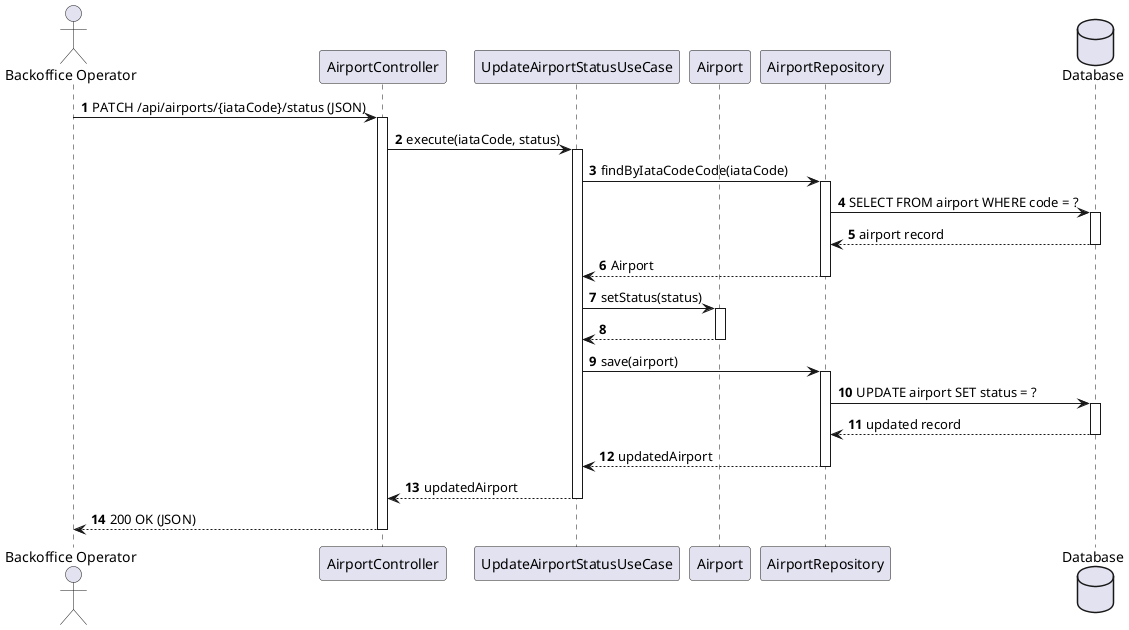
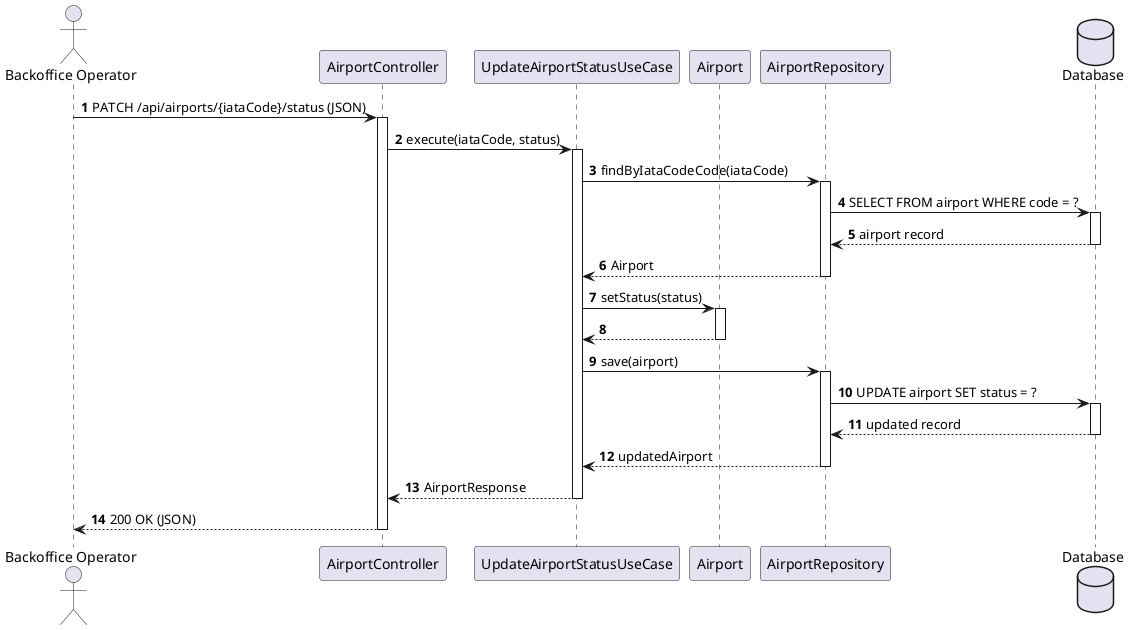
@startuml
autonumber
actor "Backoffice Operator" as BO
participant "AirportController" as Ctrl
participant "UpdateAirportStatusUseCase" as UC
participant "Airport" as Entity
participant "AirportRepository" as Repo
database "Database" as DB

BO -> Ctrl : PATCH /api/airports/{iataCode}/status (JSON)
activate Ctrl

Ctrl -> UC : execute(iataCode, status)
activate UC

UC -> Repo : findByIataCodeCode(iataCode)
activate Repo
Repo -> DB : SELECT FROM airport WHERE code = ?
activate DB
DB --> Repo : airport record
deactivate DB
Repo --> UC : Airport
deactivate Repo

UC -> Entity : setStatus(status)
activate Entity
Entity --> UC
deactivate Entity

UC -> Repo : save(airport)
activate Repo
Repo -> DB : UPDATE airport SET status = ?
activate DB
DB --> Repo : updated record
deactivate DB
Repo --> UC : updatedAirport
deactivate Repo

- UC --> Ctrl : updatedAirport
+ UC --> Ctrl : AirportResponse
deactivate UC

Ctrl --> BO : 200 OK (JSON)
deactivate Ctrl
@enduml
